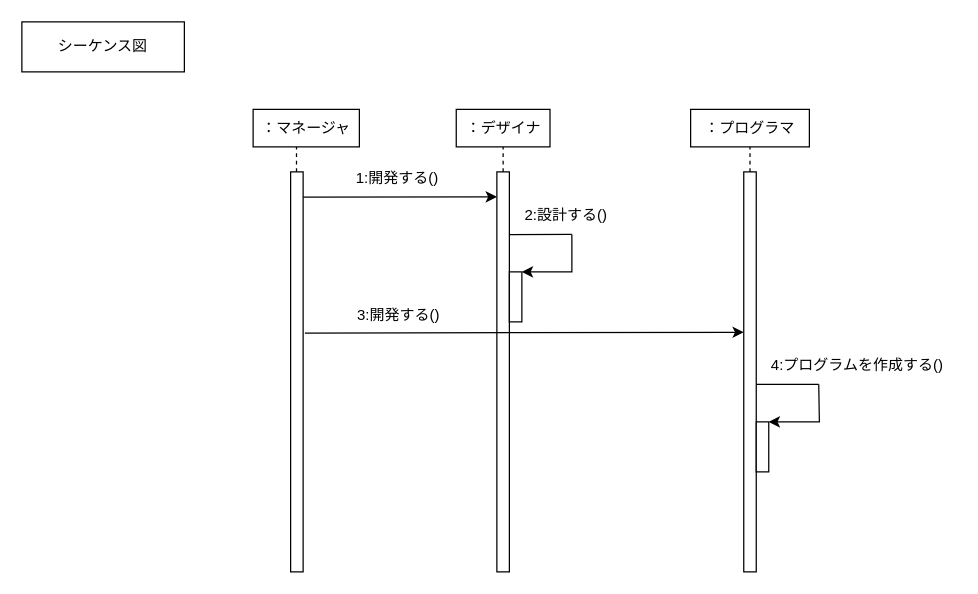
Earlier version of the draw.io diagram lesson6/6-3.drawio (hirutashougo/UML_introduction). Source tidied: cells renumbered, new cells numbered last; positions are measured from the earlier drawing's top-left corner, leaving out a move shared by most shapes. Both pictures are drawn from the tidied source at 125%, with x=0, y=0 at pixel (21, 21).
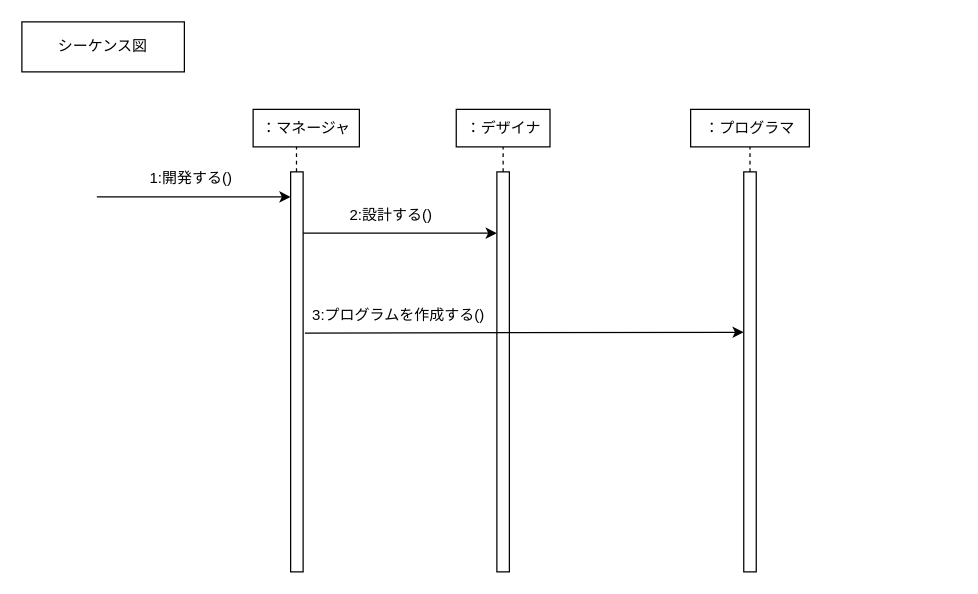
The same diagram, later.

Unchanged cells that the change refers to:
```xml
<mxCell id="3" style="rounded=0;whiteSpace=wrap;html=1;" parent="1" vertex="1">
  <mxGeometry x="215" y="120" width="10" height="320" as="geometry" />
</mxCell>
<mxCell id="4" style="rounded=0;whiteSpace=wrap;html=1;" parent="1" vertex="1">
  <mxGeometry x="380" y="120" width="10" height="320" as="geometry" />
</mxCell>
```

Change to the diagram source:
```diff
@@
-    <mxCell id="12" style="endArrow=classic;html=1;rounded=0;exitX=1;exitY=0.063;exitDx=0;exitDy=0;exitPerimeter=0;" parent="1" edge="1" source="3">
-      <mxGeometry relative="1" as="geometry">
-        <mxPoint x="380" y="140" as="targetPoint" />
-      </mxGeometry>
-    </mxCell>
-    <mxCell id="13" value="1:開発する()" style="text;html=1;align=center;verticalAlign=middle;strokeColor=none;fillColor=none;" parent="1" vertex="1">
-      <mxGeometry x="255" y="110" width="90" height="30" as="geometry" />
-    </mxCell>
-    <mxCell id="14" style="rounded=0;whiteSpace=wrap;html=1;" parent="1" vertex="1">
-      <mxGeometry x="390" y="200" width="10" height="40" as="geometry" />
-    </mxCell>
@@
-    <mxCell id="16" value="3:開発する()" style="text;html=1;align=center;verticalAlign=middle;strokeColor=none;fillColor=none;" parent="1" vertex="1">
-      <mxGeometry x="256.4" y="220" width="90" height="30" as="geometry" />
+    <mxCell id="16" value="3:プログラムを作成する()" style="text;html=1;align=center;verticalAlign=middle;strokeColor=none;fillColor=none;" parent="1" vertex="1">
+      <mxGeometry x="221.4" y="220" width="160" height="30" as="geometry" />
     </mxCell>
-    <mxCell id="17" style="endArrow=none;html=1;rounded=0;entryX=1.014;entryY=0.157;entryDx=0;entryDy=0;entryPerimeter=0;" parent="1" edge="1" target="4">
-      <mxGeometry relative="1" as="geometry">
-        <mxPoint x="440" y="170" as="sourcePoint" />
-      </mxGeometry>
-    </mxCell>
-    <mxCell id="18" style="endArrow=classic;html=1;rounded=0;entryX=1;entryY=0;entryDx=0;entryDy=0;" parent="1" edge="1" target="14">
-      <mxGeometry relative="1" as="geometry">
-        <mxPoint x="440" y="170" as="sourcePoint" />
-        <Array as="points">
-          <mxPoint x="440" y="200" />
-        </Array>
-      </mxGeometry>
-    </mxCell>
+    <mxCell id="24" style="endArrow=classic;html=1;rounded=0;exitX=1;exitY=0.063;exitDx=0;exitDy=0;exitPerimeter=0;" parent="1" edge="1">
+      <mxGeometry relative="1" as="geometry">
+        <mxPoint x="60" y="140" as="sourcePoint" />
+        <mxPoint x="215" y="140" as="targetPoint" />
+      </mxGeometry>
+    </mxCell>
+    <mxCell id="13" value="1:開発する()" style="text;html=1;align=center;verticalAlign=middle;strokeColor=none;fillColor=none;" parent="1" vertex="1">
+      <mxGeometry x="90" y="110" width="90" height="30" as="geometry" />
+    </mxCell>
+    <mxCell id="25" style="endArrow=classic;html=1;rounded=0;exitX=1;exitY=0.063;exitDx=0;exitDy=0;exitPerimeter=0;" parent="1" edge="1">
+      <mxGeometry relative="1" as="geometry">
+        <mxPoint x="225" y="169" as="sourcePoint" />
+        <mxPoint x="380" y="169" as="targetPoint" />
+      </mxGeometry>
+    </mxCell>
     <mxCell id="19" value="2:設計する()" style="text;html=1;align=center;verticalAlign=middle;strokeColor=none;fillColor=none;" parent="1" vertex="1">
-      <mxGeometry x="390" y="140" width="90" height="30" as="geometry" />
+      <mxGeometry x="250" y="140" width="90" height="30" as="geometry" />
     </mxCell>
-    <mxCell id="20" style="rounded=0;whiteSpace=wrap;html=1;" parent="1" vertex="1">
-      <mxGeometry x="587.5" y="320" width="10" height="40" as="geometry" />
-    </mxCell>
-    <mxCell id="21" style="endArrow=none;html=1;rounded=0;entryX=1.014;entryY=0.157;entryDx=0;entryDy=0;entryPerimeter=0;" parent="1" edge="1">
-      <mxGeometry relative="1" as="geometry">
-        <mxPoint x="637.5" y="290" as="sourcePoint" />
-        <mxPoint x="587.5" y="290" as="targetPoint" />
-      </mxGeometry>
-    </mxCell>
-    <mxCell id="22" style="endArrow=classic;html=1;rounded=0;entryX=1;entryY=0;entryDx=0;entryDy=0;" parent="1" edge="1" target="20">
-      <mxGeometry relative="1" as="geometry">
-        <mxPoint x="637.5" y="290" as="sourcePoint" />
-        <Array as="points">
-          <mxPoint x="638" y="320" />
-        </Array>
-      </mxGeometry>
-    </mxCell>
-    <mxCell id="23" value="4:プログラムを作成する()" style="text;html=1;align=center;verticalAlign=middle;strokeColor=none;fillColor=none;" parent="1" vertex="1">
-      <mxGeometry x="587.5" y="260" width="160" height="30" as="geometry" />
-    </mxCell>
```
